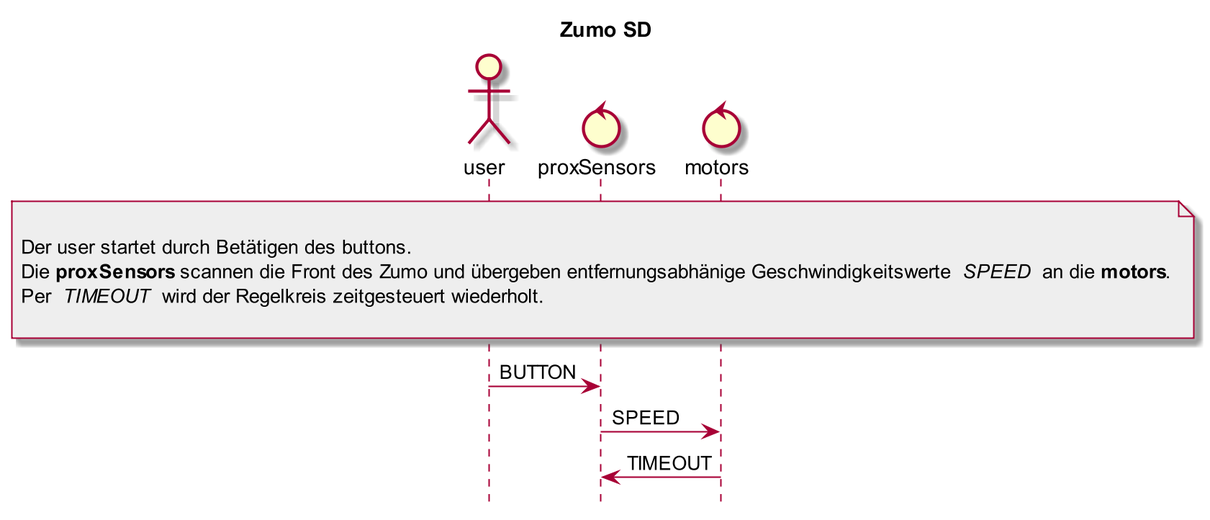
This is Zumo/Zumo_SD.png from orje/Zumo_QM_QPnano, a PlantUML export, as it was before one commit.
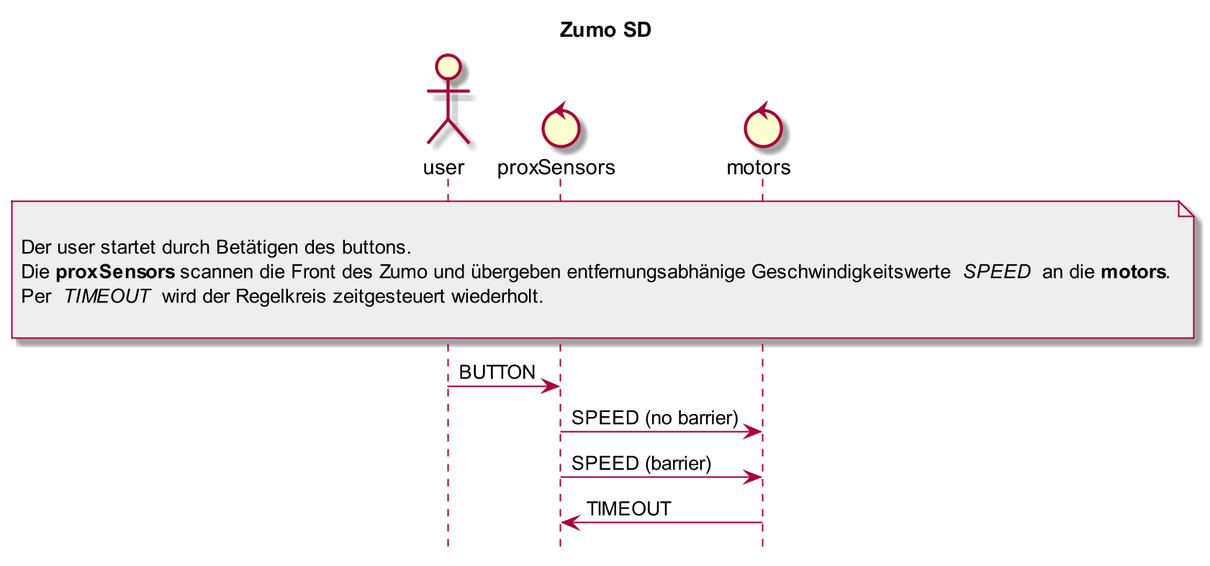
After the commit.

Diff of the diagram source:
```diff
@@ -25,7 +25,8 @@
 
 user -> proxSensors : BUTTON
 
-proxSensors -> motors : SPEED
+proxSensors -> motors : SPEED (no barrier)
+proxSensors -> motors : SPEED (barrier)
 
 motors -> proxSensors : TIMEOUT
 @enduml
```
